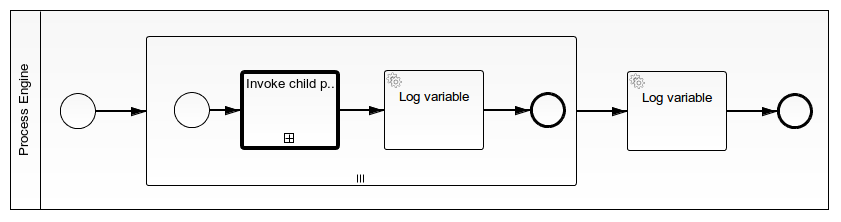
Above: snippets/call-activity-set-local-variable/src/main/resources/process.png in camunda-consulting/camunda-7-code-examples (BPMN), before the change. Its source is kept beside it as snippets/call-activity-set-local-variable/src/main/resources/process.bpmn. Ids are renumbered. Its diagram source:
```xml
<bpmn2:definitions xmlns:xsi="http://www.w3.org/2001/XMLSchema-instance" xmlns:bpmn2="http://www.omg.org/spec/BPMN/20100524/MODEL" xmlns:bpmndi="http://www.omg.org/spec/BPMN/20100524/DI" xmlns:camunda="http://activiti.org/bpmn" xmlns:dc="http://www.omg.org/spec/DD/20100524/DC" xmlns:di="http://www.omg.org/spec/DD/20100524/DI" xsi:schemaLocation="http://www.omg.org/spec/BPMN/20100524/MODEL BPMN20.xsd" id="Definitions_1" exporter="camunda modeler" exporterVersion="2.7.0" targetNamespace="http://www.example.org/bpmn">
  <bpmn2:collaboration id="Collaboration_1" name="Default Collaboration">
    <bpmn2:participant id="Process_Engine" name="Process Engine" processRef="call-activity-set-local-variable"/>
  </bpmn2:collaboration>
  <bpmn2:process id="call-activity-set-local-variable" name="Call Activity sets local variable" isExecutable="true">
    <bpmn2:startEvent id="StartEvent_1">
      <bpmn2:outgoing>SequenceFlow_2</bpmn2:outgoing>
    </bpmn2:startEvent>
    <bpmn2:subProcess id="SubProcess_1">
      <bpmn2:incoming>SequenceFlow_2</bpmn2:incoming>
      <bpmn2:outgoing>SequenceFlow_10</bpmn2:outgoing>
      <bpmn2:multiInstanceLoopCharacteristics>
        <bpmn2:loopCardinality xsi:type="bpmn2:tFormalExpression">3</bpmn2:loopCardinality>
      </bpmn2:multiInstanceLoopCharacteristics>
      <bpmn2:startEvent id="StartEvent_2">
        <bpmn2:outgoing>SequenceFlow_4</bpmn2:outgoing>
      </bpmn2:startEvent>
      <bpmn2:sequenceFlow id="SequenceFlow_4" name="" sourceRef="StartEvent_2" targetRef="CallActivity_1"/>
      <bpmn2:endEvent id="EndEvent_4">
        <bpmn2:incoming>SequenceFlow_9</bpmn2:incoming>
      </bpmn2:endEvent>
      <bpmn2:serviceTask id="ServiceTask_2" camunda:class="com.camunda.demo.call_activity_set_local_variable.LoggerDelegate" name="Log variable">
        <bpmn2:incoming>SequenceFlow_8</bpmn2:incoming>
        <bpmn2:outgoing>SequenceFlow_9</bpmn2:outgoing>
      </bpmn2:serviceTask>
      <bpmn2:sequenceFlow id="SequenceFlow_9" name="" sourceRef="ServiceTask_2" targetRef="EndEvent_4"/>
      <bpmn2:callActivity id="CallActivity_1" name="Invoke child process" calledElement="call-activity-set-local-variable-child-process">
        <bpmn2:extensionElements>
          <camunda:executionListener class="com.camunda.demo.call_activity_set_local_variable.SetLocalVariableExecutionListener" event="end"/>
          <camunda:out source="childProcessVariable" target="childProcessVariable"/>
          <camunda:in source="loopCounter" target="loopCounter"/>
        </bpmn2:extensionElements>
        <bpmn2:incoming>SequenceFlow_4</bpmn2:incoming>
        <bpmn2:outgoing>SequenceFlow_8</bpmn2:outgoing>
      </bpmn2:callActivity>
      <bpmn2:sequenceFlow id="SequenceFlow_8" name="" sourceRef="CallActivity_1" targetRef="ServiceTask_2"/>
    </bpmn2:subProcess>
    <bpmn2:sequenceFlow id="SequenceFlow_2" name="" sourceRef="StartEvent_1" targetRef="SubProcess_1"/>
    <bpmn2:serviceTask id="ServiceTask_3" camunda:class="com.camunda.demo.call_activity_set_local_variable.LoggerDelegate" name="Log variable">
      <bpmn2:incoming>SequenceFlow_10</bpmn2:incoming>
      <bpmn2:outgoing>SequenceFlow_11</bpmn2:outgoing>
    </bpmn2:serviceTask>
    <bpmn2:sequenceFlow id="SequenceFlow_10" name="" sourceRef="SubProcess_1" targetRef="ServiceTask_3"/>
    <bpmn2:endEvent id="EndEvent_5">
      <bpmn2:incoming>SequenceFlow_11</bpmn2:incoming>
    </bpmn2:endEvent>
    <bpmn2:sequenceFlow id="SequenceFlow_11" name="" sourceRef="ServiceTask_3" targetRef="EndEvent_5"/>
  </bpmn2:process>
  <bpmndi:BPMNDiagram id="BPMNDiagram_1" name="Default Collaboration Diagram">
    <bpmndi:BPMNPlane id="BPMNPlane_1" bpmnElement="Collaboration_1">
      <bpmndi:BPMNShape id="BPMNShape_1" bpmnElement="Process_Engine" isHorizontal="true">
        <dc:Bounds height="200.0" width="819.0" x="10.0" y="10.0"/>
      </bpmndi:BPMNShape>
      <bpmndi:BPMNShape id="BPMNShape_StartEvent_1" bpmnElement="StartEvent_1">
        <dc:Bounds height="36.0" width="36.0" x="60.0" y="93.0"/>
        <bpmndi:BPMNLabel>
          <dc:Bounds height="0.0" width="0.0" x="81.0" y="131.0"/>
        </bpmndi:BPMNLabel>
      </bpmndi:BPMNShape>
      <bpmndi:BPMNShape id="_BPMNShape_SubProcess_2" bpmnElement="SubProcess_1" isExpanded="true">
        <dc:Bounds height="150.0" width="431.0" x="146.0" y="36.0"/>
      </bpmndi:BPMNShape>
      <bpmndi:BPMNEdge id="BPMNEdge_SequenceFlow_2" bpmnElement="SequenceFlow_2" sourceElement="BPMNShape_StartEvent_1" targetElement="_BPMNShape_SubProcess_2">
        <di:waypoint xsi:type="dc:Point" x="96.0" y="111.0"/>
        <di:waypoint xsi:type="dc:Point" x="146.0" y="111.0"/>
        <bpmndi:BPMNLabel>
          <dc:Bounds height="6.0" width="6.0" x="118.0" y="111.0"/>
        </bpmndi:BPMNLabel>
      </bpmndi:BPMNEdge>
      <bpmndi:BPMNShape id="_BPMNShape_StartEvent_2" bpmnElement="StartEvent_2">
        <dc:Bounds height="36.0" width="36.0" x="174.0" y="92.0"/>
        <bpmndi:BPMNLabel>
          <dc:Bounds height="0.0" width="0.0" x="192.0" y="133.0"/>
        </bpmndi:BPMNLabel>
      </bpmndi:BPMNShape>
      <bpmndi:BPMNShape id="_BPMNShape_CallActivity_2" bpmnElement="CallActivity_1">
        <dc:Bounds height="80.0" width="100.0" x="240.0" y="70.0"/>
      </bpmndi:BPMNShape>
      <bpmndi:BPMNEdge id="BPMNEdge_SequenceFlow_4" bpmnElement="SequenceFlow_4" sourceElement="_BPMNShape_StartEvent_2" targetElement="_BPMNShape_CallActivity_2">
        <di:waypoint xsi:type="dc:Point" x="210.0" y="110.0"/>
        <di:waypoint xsi:type="dc:Point" x="240.0" y="110.0"/>
        <bpmndi:BPMNLabel>
          <dc:Bounds height="6.0" width="6.0" x="232.0" y="110.0"/>
        </bpmndi:BPMNLabel>
      </bpmndi:BPMNEdge>
      <bpmndi:BPMNShape id="_BPMNShape_ServiceTask_4" bpmnElement="ServiceTask_2">
        <dc:Bounds height="80.0" width="100.0" x="384.0" y="70.0"/>
      </bpmndi:BPMNShape>
      <bpmndi:BPMNEdge id="BPMNEdge_SequenceFlow_8" bpmnElement="SequenceFlow_8" sourceElement="_BPMNShape_CallActivity_2" targetElement="_BPMNShape_ServiceTask_4">
        <di:waypoint xsi:type="dc:Point" x="340.0" y="110.0"/>
        <di:waypoint xsi:type="dc:Point" x="384.0" y="110.0"/>
        <bpmndi:BPMNLabel>
          <dc:Bounds height="6.0" width="6.0" x="362.0" y="110.0"/>
        </bpmndi:BPMNLabel>
      </bpmndi:BPMNEdge>
      <bpmndi:BPMNShape id="_BPMNShape_EndEvent_5" bpmnElement="EndEvent_4">
        <dc:Bounds height="36.0" width="36.0" x="530.0" y="92.0"/>
        <bpmndi:BPMNLabel>
          <dc:Bounds height="0.0" width="0.0" x="548.0" y="133.0"/>
        </bpmndi:BPMNLabel>
      </bpmndi:BPMNShape>
      <bpmndi:BPMNEdge id="BPMNEdge_SequenceFlow_9" bpmnElement="SequenceFlow_9" sourceElement="_BPMNShape_ServiceTask_4" targetElement="_BPMNShape_EndEvent_5">
        <di:waypoint xsi:type="dc:Point" x="484.0" y="110.0"/>
        <di:waypoint xsi:type="dc:Point" x="530.0" y="110.0"/>
        <bpmndi:BPMNLabel>
          <dc:Bounds height="6.0" width="6.0" x="486.0" y="110.0"/>
        </bpmndi:BPMNLabel>
      </bpmndi:BPMNEdge>
      <bpmndi:BPMNShape id="_BPMNShape_ServiceTask_5" bpmnElement="ServiceTask_3">
        <dc:Bounds height="80.0" width="100.0" x="627.0" y="71.0"/>
      </bpmndi:BPMNShape>
      <bpmndi:BPMNEdge id="BPMNEdge_SequenceFlow_10" bpmnElement="SequenceFlow_10" sourceElement="_BPMNShape_SubProcess_2" targetElement="_BPMNShape_ServiceTask_5">
        <di:waypoint xsi:type="dc:Point" x="576.0" y="111.0"/>
        <di:waypoint xsi:type="dc:Point" x="627.0" y="111.0"/>
        <bpmndi:BPMNLabel>
          <dc:Bounds height="6.0" width="6.0" x="599.0" y="111.0"/>
        </bpmndi:BPMNLabel>
      </bpmndi:BPMNEdge>
      <bpmndi:BPMNShape id="_BPMNShape_EndEvent_6" bpmnElement="EndEvent_5">
        <dc:Bounds height="36.0" width="36.0" x="777.0" y="93.0"/>
        <bpmndi:BPMNLabel>
          <dc:Bounds height="0.0" width="0.0" x="795.0" y="134.0"/>
        </bpmndi:BPMNLabel>
      </bpmndi:BPMNShape>
      <bpmndi:BPMNEdge id="BPMNEdge_SequenceFlow_11" bpmnElement="SequenceFlow_11" sourceElement="_BPMNShape_ServiceTask_5" targetElement="_BPMNShape_EndEvent_6">
        <di:waypoint xsi:type="dc:Point" x="727.0" y="111.0"/>
        <di:waypoint xsi:type="dc:Point" x="777.0" y="111.0"/>
        <bpmndi:BPMNLabel>
          <dc:Bounds height="6.0" width="6.0" x="749.0" y="111.0"/>
        </bpmndi:BPMNLabel>
      </bpmndi:BPMNEdge>
    </bpmndi:BPMNPlane>
  </bpmndi:BPMNDiagram>
</bpmn2:definitions>
```
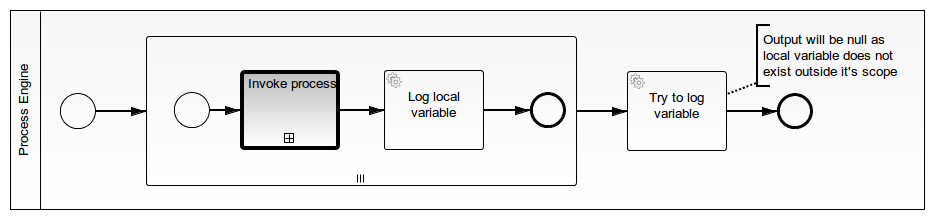
The same diagram one commit later.

Commit message:
Switch to input mapping to initialize local variable

What changed in the source:
```diff
@@ -7,6 +7,11 @@
       <bpmn2:outgoing>SequenceFlow_2</bpmn2:outgoing>
     </bpmn2:startEvent>
     <bpmn2:subProcess id="SubProcess_1">
+      <bpmn2:extensionElements>
+        <camunda:inputOutput>
+          <camunda:inputParameter name="localVariable"/>
+        </camunda:inputOutput>
+      </bpmn2:extensionElements>
       <bpmn2:incoming>SequenceFlow_2</bpmn2:incoming>
       <bpmn2:outgoing>SequenceFlow_10</bpmn2:outgoing>
       <bpmn2:multiInstanceLoopCharacteristics>
@@ -19,15 +24,14 @@
       <bpmn2:endEvent id="EndEvent_4">
         <bpmn2:incoming>SequenceFlow_9</bpmn2:incoming>
       </bpmn2:endEvent>
-      <bpmn2:serviceTask id="ServiceTask_2" camunda:class="com.camunda.demo.call_activity_set_local_variable.LoggerDelegate" name="Log variable">
+      <bpmn2:serviceTask id="ServiceTask_2" camunda:class="com.camunda.demo.call_activity_set_local_variable.LoggerDelegate" name="Log local variable">
         <bpmn2:incoming>SequenceFlow_8</bpmn2:incoming>
         <bpmn2:outgoing>SequenceFlow_9</bpmn2:outgoing>
       </bpmn2:serviceTask>
       <bpmn2:sequenceFlow id="SequenceFlow_9" name="" sourceRef="ServiceTask_2" targetRef="EndEvent_4"/>
-      <bpmn2:callActivity id="CallActivity_1" name="Invoke child process" calledElement="call-activity-set-local-variable-child-process">
+      <bpmn2:callActivity id="CallActivity_1" name="Invoke process" calledElement="call-activity-set-local-variable-child-process">
         <bpmn2:extensionElements>
-          <camunda:executionListener class="com.camunda.demo.call_activity_set_local_variable.SetLocalVariableExecutionListener" event="end"/>
-          <camunda:out source="childProcessVariable" target="childProcessVariable"/>
+          <camunda:out source="childProcessVariable" target="localVariable"/>
           <camunda:in source="loopCounter" target="loopCounter"/>
         </bpmn2:extensionElements>
         <bpmn2:incoming>SequenceFlow_4</bpmn2:incoming>
@@ -36,7 +40,7 @@
       <bpmn2:sequenceFlow id="SequenceFlow_8" name="" sourceRef="CallActivity_1" targetRef="ServiceTask_2"/>
     </bpmn2:subProcess>
     <bpmn2:sequenceFlow id="SequenceFlow_2" name="" sourceRef="StartEvent_1" targetRef="SubProcess_1"/>
-    <bpmn2:serviceTask id="ServiceTask_3" camunda:class="com.camunda.demo.call_activity_set_local_variable.LoggerDelegate" name="Log variable">
+    <bpmn2:serviceTask id="ServiceTask_3" camunda:class="com.camunda.demo.call_activity_set_local_variable.LoggerDelegate" name="Try to log variable">
       <bpmn2:incoming>SequenceFlow_10</bpmn2:incoming>
       <bpmn2:outgoing>SequenceFlow_11</bpmn2:outgoing>
     </bpmn2:serviceTask>
@@ -45,11 +49,15 @@
       <bpmn2:incoming>SequenceFlow_11</bpmn2:incoming>
     </bpmn2:endEvent>
     <bpmn2:sequenceFlow id="SequenceFlow_11" name="" sourceRef="ServiceTask_3" targetRef="EndEvent_5"/>
+    <bpmn2:textAnnotation id="TextAnnotation_1">
+      <bpmn2:text>Output will be null as local variable does not exist outside it's scope</bpmn2:text>
+    </bpmn2:textAnnotation>
+    <bpmn2:association id="Association_1" sourceRef="TextAnnotation_1" targetRef="ServiceTask_3"/>
   </bpmn2:process>
   <bpmndi:BPMNDiagram id="BPMNDiagram_1" name="Default Collaboration Diagram">
     <bpmndi:BPMNPlane id="BPMNPlane_1" bpmnElement="Collaboration_1">
       <bpmndi:BPMNShape id="BPMNShape_1" bpmnElement="Process_Engine" isHorizontal="true">
-        <dc:Bounds height="200.0" width="819.0" x="10.0" y="10.0"/>
+        <dc:Bounds height="200.0" width="915.0" x="10.0" y="10.0"/>
       </bpmndi:BPMNShape>
       <bpmndi:BPMNShape id="BPMNShape_StartEvent_1" bpmnElement="StartEvent_1">
         <dc:Bounds height="36.0" width="36.0" x="60.0" y="93.0"/>
@@ -129,6 +137,13 @@
           <dc:Bounds height="6.0" width="6.0" x="749.0" y="111.0"/>
         </bpmndi:BPMNLabel>
       </bpmndi:BPMNEdge>
+      <bpmndi:BPMNShape id="_BPMNShape_TextAnnotation_2" bpmnElement="TextAnnotation_1">
+        <dc:Bounds height="63.0" width="157.0" x="756.0" y="24.0"/>
+      </bpmndi:BPMNShape>
+      <bpmndi:BPMNEdge id="BPMNEdge_Association_1" bpmnElement="Association_1" sourceElement="_BPMNShape_TextAnnotation_2" targetElement="_BPMNShape_ServiceTask_5">
+        <di:waypoint xsi:type="dc:Point" x="756.0" y="83.0"/>
+        <di:waypoint xsi:type="dc:Point" x="727.0" y="93.0"/>
+      </bpmndi:BPMNEdge>
     </bpmndi:BPMNPlane>
   </bpmndi:BPMNDiagram>
 </bpmn2:definitions>
```
